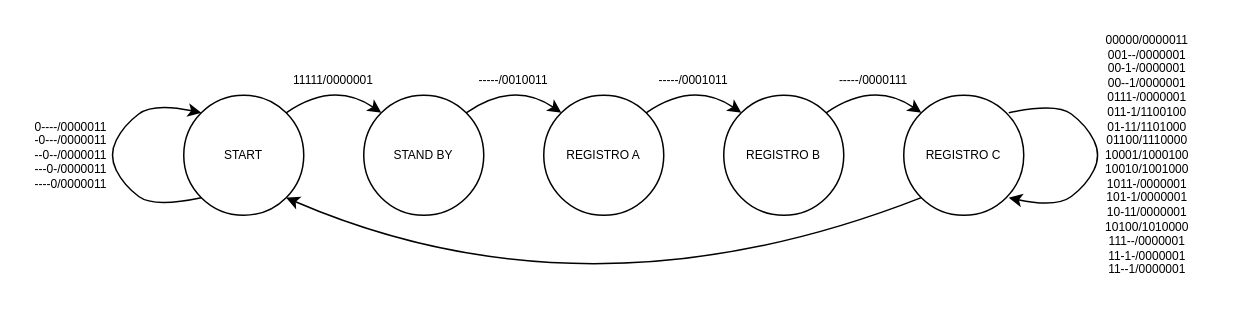
serpico3/ElaborstoSis keeps this draw.io diagram as page "Pagina-2" (2 of 2) of Diagramma senza titolo.drawio. Above is the earlier version. Source tidied: cells renumbered, new cells numbered last; positions are measured from the earlier drawing's top-left corner, leaving out a move shared by most shapes. Both pictures are drawn from the tidied source at 150%, with x=0, y=0 at pixel (26, 57).
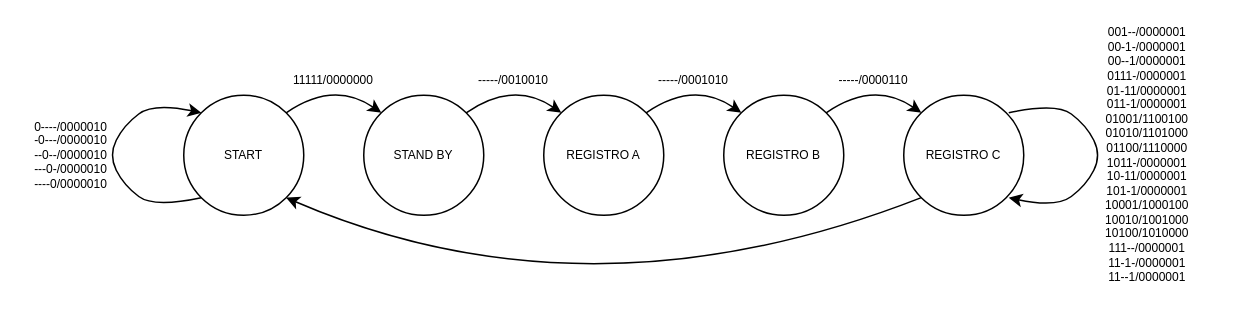
Above is the later version.

The edit, as a diff of the source:
```diff
@@
-    <mxCell id="8" value="0----/0000011&lt;br&gt;-0---/0000011&lt;br&gt;--0--/0000011&lt;br&gt;---0-/0000011&lt;br&gt;----0/0000011" style="text;html=1;strokeColor=none;fillColor=none;align=center;verticalAlign=middle;whiteSpace=wrap;rounded=0;fontSize=8;" parent="1" vertex="1">
+    <mxCell id="8" value="0----/0000010&lt;br&gt;-0---/0000010&lt;br&gt;--0--/0000010&lt;br&gt;---0-/0000010&lt;br&gt;----0/0000010" style="text;html=1;strokeColor=none;fillColor=none;align=center;verticalAlign=middle;whiteSpace=wrap;rounded=0;fontSize=8;" parent="1" vertex="1">
       <mxGeometry y="50" width="60" height="30" as="geometry" />
     </mxCell>
@@
-    <mxCell id="15" value="11111/0000001" style="text;html=1;strokeColor=none;fillColor=none;align=center;verticalAlign=middle;whiteSpace=wrap;rounded=0;fontSize=8;" parent="1" vertex="1">
+    <mxCell id="15" value="11111/0000000" style="text;html=1;strokeColor=none;fillColor=none;align=center;verticalAlign=middle;whiteSpace=wrap;rounded=0;fontSize=8;" parent="1" vertex="1">
       <mxGeometry x="175" width="60" height="30" as="geometry" />
     </mxCell>
-    <mxCell id="16" value="-----/0010011" style="text;html=1;strokeColor=none;fillColor=none;align=center;verticalAlign=middle;whiteSpace=wrap;rounded=0;fontSize=8;" parent="1" vertex="1">
+    <mxCell id="16" value="-----/0010010" style="text;html=1;strokeColor=none;fillColor=none;align=center;verticalAlign=middle;whiteSpace=wrap;rounded=0;fontSize=8;" parent="1" vertex="1">
       <mxGeometry x="295" width="60" height="30" as="geometry" />
     </mxCell>
-    <mxCell id="17" value="-----/0001011" style="text;html=1;strokeColor=none;fillColor=none;align=center;verticalAlign=middle;whiteSpace=wrap;rounded=0;fontSize=8;" parent="1" vertex="1">
+    <mxCell id="17" value="-----/0001010" style="text;html=1;strokeColor=none;fillColor=none;align=center;verticalAlign=middle;whiteSpace=wrap;rounded=0;fontSize=8;" parent="1" vertex="1">
       <mxGeometry x="415" width="60" height="30" as="geometry" />
     </mxCell>
-    <mxCell id="18" value="-----/0000111" style="text;html=1;strokeColor=none;fillColor=none;align=center;verticalAlign=middle;whiteSpace=wrap;rounded=0;fontSize=8;" parent="1" vertex="1">
+    <mxCell id="18" value="-----/0000110" style="text;html=1;strokeColor=none;fillColor=none;align=center;verticalAlign=middle;whiteSpace=wrap;rounded=0;fontSize=8;" parent="1" vertex="1">
       <mxGeometry x="535" width="60" height="30" as="geometry" />
     </mxCell>
-    <mxCell id="19" value="&lt;div&gt;00000/0000011&lt;/div&gt;&lt;div&gt;001--/0000001&lt;/div&gt;&lt;div&gt;00-1-/0000001&lt;/div&gt;&lt;div&gt;00--1/0000001&lt;/div&gt;&lt;div&gt;0111-/0000001&lt;/div&gt;&lt;div&gt;011-1/1100100&lt;/div&gt;&lt;div&gt;01-11/1101000&lt;/div&gt;&lt;div&gt;01100/1110000&lt;/div&gt;&lt;div&gt;10001/1000100&lt;/div&gt;&lt;div&gt;10010/1001000&lt;/div&gt;&lt;div&gt;1011-/0000001&lt;/div&gt;&lt;div&gt;101-1/0000001&lt;/div&gt;&lt;div&gt;10-11/0000001&lt;/div&gt;&lt;div&gt;10100/1010000&lt;/div&gt;&lt;div&gt;111--/0000001&lt;/div&gt;&lt;div&gt;11-1-/0000001&lt;/div&gt;&lt;div&gt;11--1/0000001&lt;/div&gt;" style="text;html=1;strokeColor=none;fillColor=none;align=center;verticalAlign=middle;whiteSpace=wrap;rounded=0;fontSize=8;" parent="1" vertex="1">
+    <mxCell id="19" value="&lt;div&gt;001--/0000001&lt;/div&gt;&lt;div&gt;00-1-/0000001&lt;/div&gt;&lt;div&gt;00--1/0000001&lt;/div&gt;&lt;div&gt;0111-/0000001&lt;/div&gt;&lt;div&gt;01-11/0000001&lt;/div&gt;&lt;div&gt;011-1/0000001&lt;/div&gt;&lt;div&gt;01001/1100100&lt;/div&gt;&lt;div&gt;01010/1101000&lt;/div&gt;&lt;div&gt;01100/1110000&lt;/div&gt;&lt;div&gt;1011-/0000001&lt;/div&gt;&lt;div&gt;10-11/0000001&lt;/div&gt;&lt;div&gt;101-1/0000001&lt;/div&gt;&lt;div&gt;10001/1000100&lt;/div&gt;&lt;div&gt;10010/1001000&lt;/div&gt;&lt;div&gt;10100/1010000&lt;/div&gt;&lt;div&gt;111--/0000001&lt;/div&gt;&lt;div&gt;11-1-/0000001&lt;/div&gt;&lt;div&gt;11--1/0000001&lt;/div&gt;" style="text;html=1;strokeColor=none;fillColor=none;align=center;verticalAlign=middle;whiteSpace=wrap;rounded=0;fontSize=8;" parent="1" vertex="1">
       <mxGeometry x="690" y="50" width="115" height="30" as="geometry" />
     </mxCell>
```
